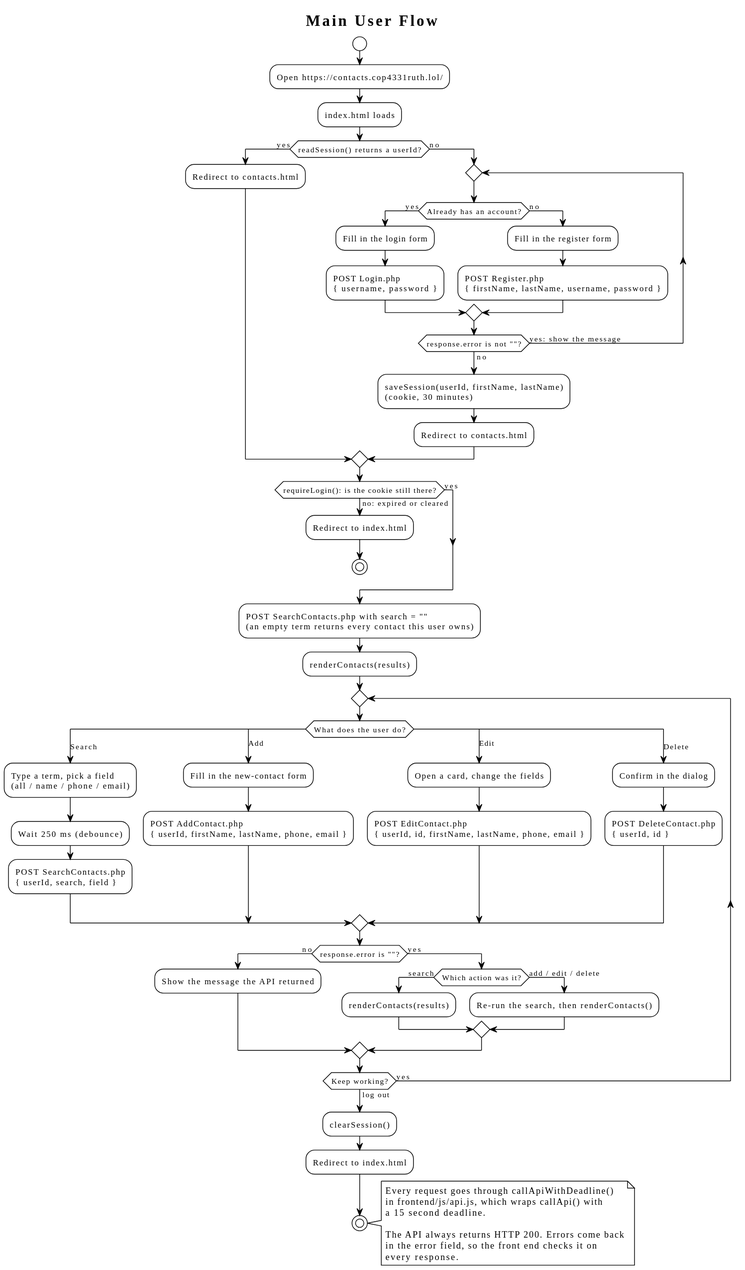
The PlantUML diagram docs/uml/activity.svg in polter-dev/Poosd-Small-Project, before a commit.
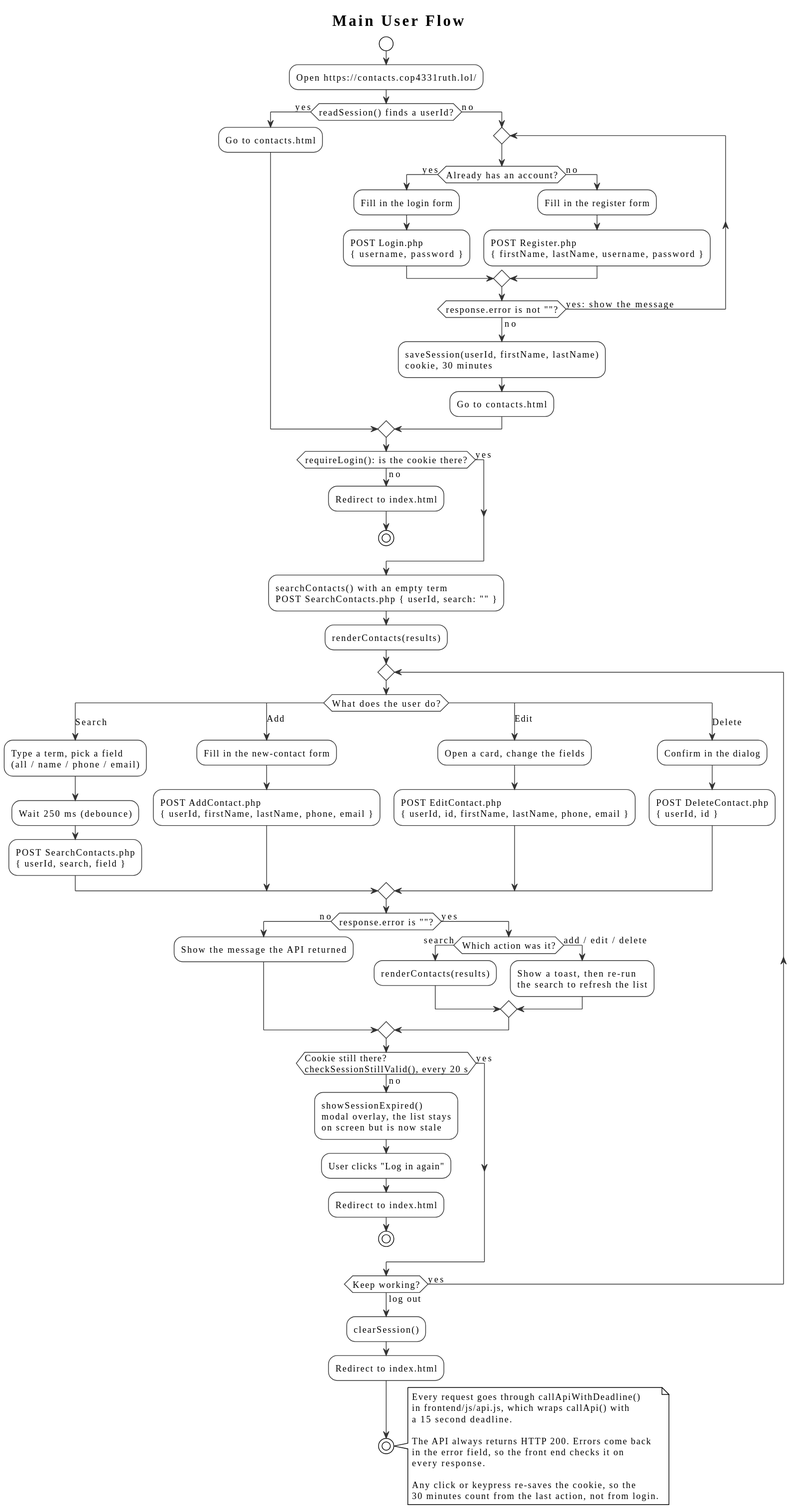
Later version of the same file.

What changed in the source:
```diff
@@ -1,20 +1,24 @@
 @startuml
 
 !theme plain
+
+skinparam defaultFontName Verdana
+skinparam defaultFontSize 13
 skinparam shadowing false
 skinparam ActivityBackgroundColor White
-skinparam ActivityBorderColor Black
+skinparam ActivityBorderColor #333333
 skinparam ActivityDiamondBackgroundColor White
+skinparam ActivityDiamondBorderColor #333333
+skinparam ArrowColor #333333
 
 title Main User Flow
 
 start
 
 :Open https://contacts.cop4331ruth.lol/;
-:index.html loads;
 
-if (readSession() returns a userId?) then (yes)
-  :Redirect to contacts.html;
+if (readSession() finds a userId?) then (yes)
+  :Go to contacts.html;
 else (no)
 
   repeat
@@ -30,18 +34,18 @@
   repeat while (response.error is not ""?) is (yes: show the message) not (no)
 
   :saveSession(userId, firstName, lastName)
-  (cookie, 30 minutes);
-  :Redirect to contacts.html;
+  cookie, 30 minutes;
+  :Go to contacts.html;
 endif
 
-if (requireLogin(): is the cookie still there?) then (no: expired or cleared)
+if (requireLogin(): is the cookie there?) then (no)
   :Redirect to index.html;
   stop
 else (yes)
 endif
 
-:POST SearchContacts.php with search = ""
-(an empty term returns every contact this user owns);
+:searchContacts() with an empty term
+POST SearchContacts.php { userId, search: "" };
 :renderContacts(results);
 
 repeat
@@ -72,8 +76,19 @@
     if (Which action was it?) then (search)
       :renderContacts(results);
     else (add / edit / delete)
-      :Re-run the search, then renderContacts();
+      :Show a toast, then re-run
+      the search to refresh the list;
     endif
+  endif
+
+  if (Cookie still there?\ncheckSessionStillValid(), every 20 s) then (no)
+    :showSessionExpired()
+    modal overlay, the list stays
+    on screen but is now stale;
+    :User clicks "Log in again";
+    :Redirect to index.html;
+    stop
+  else (yes)
   endif
 
 repeat while (Keep working?) is (yes) not (log out)
@@ -91,5 +106,8 @@
   The API always returns HTTP 200. Errors come back
   in the error field, so the front end checks it on
   every response.
+
+  Any click or keypress re-saves the cookie, so the
+  30 minutes count from the last action, not from login.
 end note
 @enduml
```
